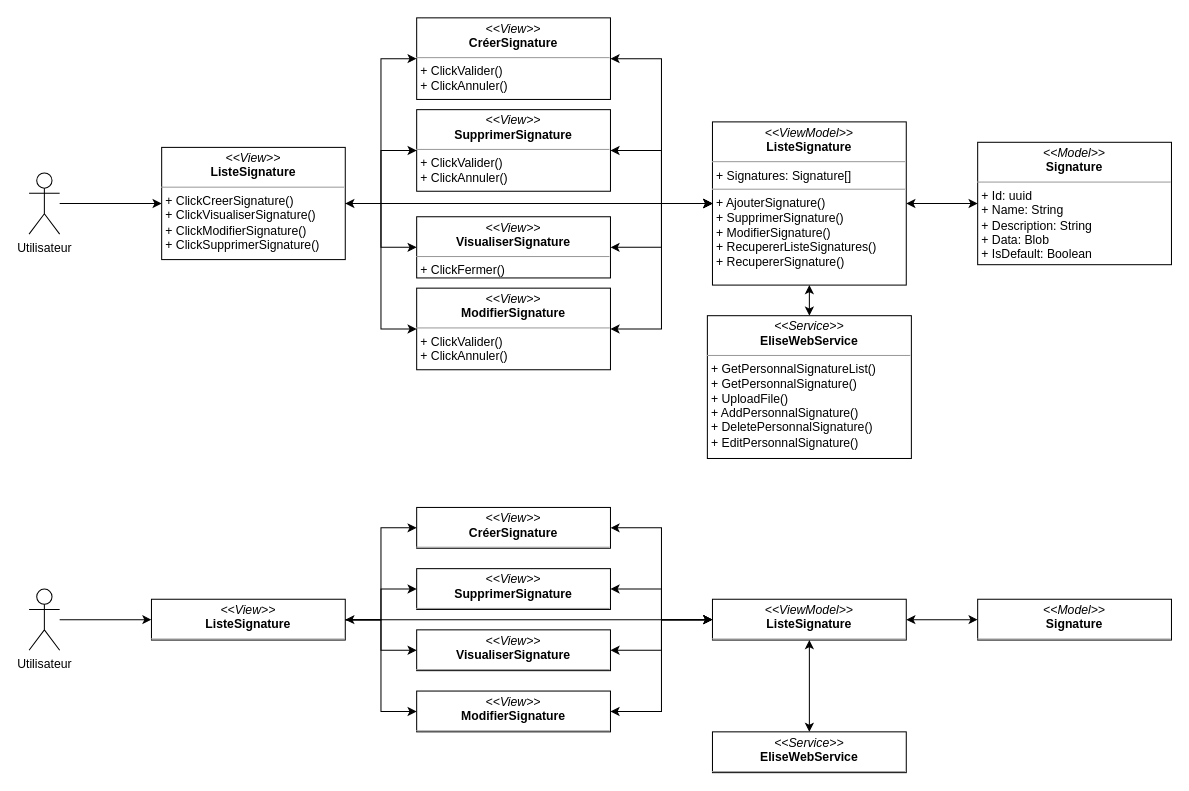
Above: dcpSignatures.drawio in PFE-Neoledge-2023/rapport (draw.io), before the change. Source tidied: cells renumbered, new cells numbered last; positions are measured from the earlier drawing's top-left corner, leaving out a move shared by most shapes. Both pictures are drawn from the tidied source at 102%, with x=0, y=0 at pixel (29, 17).
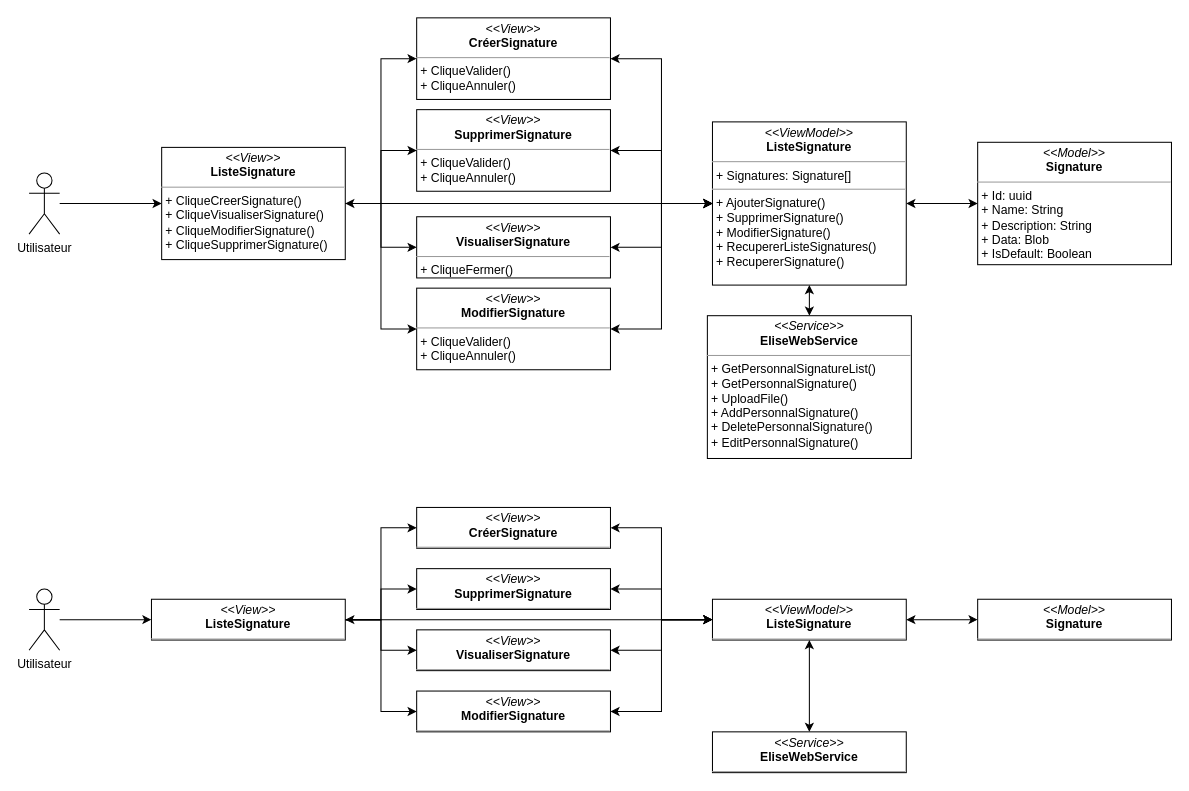
Above is the later version.

What changed in the source:
```diff
@@
-    <mxCell id="9" value="&lt;p style=&quot;margin:0px;margin-top:4px;text-align:center;&quot;&gt;&lt;i&gt;&amp;lt;&amp;lt;View&amp;gt;&amp;gt;&lt;/i&gt;&lt;br&gt;&lt;b&gt;ListeSignature&lt;/b&gt;&lt;/p&gt;&lt;hr style=&quot;border-color: var(--border-color);&quot; size=&quot;1&quot;&gt;&lt;p style=&quot;border-color: var(--border-color); margin: 0px 0px 0px 4px;&quot;&gt;+ ClickCreerSignature()&lt;/p&gt;&lt;p style=&quot;border-color: var(--border-color); margin: 0px 0px 0px 4px;&quot;&gt;+ ClickVisualiserSignature()&lt;/p&gt;&lt;p style=&quot;border-color: var(--border-color); margin: 0px 0px 0px 4px;&quot;&gt;+ ClickModifierSignature()&lt;/p&gt;&lt;p style=&quot;border-color: var(--border-color); margin: 0px 0px 0px 4px;&quot;&gt;+ ClickSupprimerSignature()&lt;/p&gt;" style="verticalAlign=top;align=left;overflow=fill;fontSize=12;fontFamily=Helvetica;html=1;whiteSpace=wrap;" parent="1" vertex="1">
+    <mxCell id="9" value="&lt;p style=&quot;margin:0px;margin-top:4px;text-align:center;&quot;&gt;&lt;i&gt;&amp;lt;&amp;lt;View&amp;gt;&amp;gt;&lt;/i&gt;&lt;br&gt;&lt;b&gt;ListeSignature&lt;/b&gt;&lt;/p&gt;&lt;hr style=&quot;border-color: var(--border-color);&quot; size=&quot;1&quot;&gt;&lt;p style=&quot;border-color: var(--border-color); margin: 0px 0px 0px 4px;&quot;&gt;+ CliqueCreerSignature()&lt;/p&gt;&lt;p style=&quot;border-color: var(--border-color); margin: 0px 0px 0px 4px;&quot;&gt;+ CliqueVisualiserSignature()&lt;/p&gt;&lt;p style=&quot;border-color: var(--border-color); margin: 0px 0px 0px 4px;&quot;&gt;+ CliqueModifierSignature()&lt;/p&gt;&lt;p style=&quot;border-color: var(--border-color); margin: 0px 0px 0px 4px;&quot;&gt;+ CliqueSupprimerSignature()&lt;/p&gt;" style="verticalAlign=top;align=left;overflow=fill;fontSize=12;fontFamily=Helvetica;html=1;whiteSpace=wrap;" parent="1" vertex="1">
       <mxGeometry x="130" y="127" width="180" height="110" as="geometry" />
     </mxCell>
@@
-    <mxCell id="13" value="&lt;p style=&quot;margin:0px;margin-top:4px;text-align:center;&quot;&gt;&lt;i&gt;&amp;lt;&amp;lt;View&amp;gt;&amp;gt;&lt;/i&gt;&lt;br&gt;&lt;b&gt;CréerSignature&lt;/b&gt;&lt;/p&gt;&lt;hr size=&quot;1&quot;&gt;&lt;p style=&quot;margin:0px;margin-left:4px;&quot;&gt;&lt;/p&gt;&lt;p style=&quot;margin:0px;margin-left:4px;&quot;&gt;+ ClickValider()&lt;/p&gt;&lt;p style=&quot;margin:0px;margin-left:4px;&quot;&gt;+ ClickAnnuler()&lt;/p&gt;" style="verticalAlign=top;align=left;overflow=fill;fontSize=12;fontFamily=Helvetica;html=1;whiteSpace=wrap;" parent="1" vertex="1">
+    <mxCell id="13" value="&lt;p style=&quot;margin:0px;margin-top:4px;text-align:center;&quot;&gt;&lt;i&gt;&amp;lt;&amp;lt;View&amp;gt;&amp;gt;&lt;/i&gt;&lt;br&gt;&lt;b&gt;CréerSignature&lt;/b&gt;&lt;/p&gt;&lt;hr size=&quot;1&quot;&gt;&lt;p style=&quot;margin:0px;margin-left:4px;&quot;&gt;&lt;/p&gt;&lt;p style=&quot;margin:0px;margin-left:4px;&quot;&gt;+ CliqueValider()&lt;/p&gt;&lt;p style=&quot;margin:0px;margin-left:4px;&quot;&gt;+ CliqueAnnuler()&lt;/p&gt;" style="verticalAlign=top;align=left;overflow=fill;fontSize=12;fontFamily=Helvetica;html=1;whiteSpace=wrap;" parent="1" vertex="1">
       <mxGeometry x="380" width="190" height="80" as="geometry" />
     </mxCell>
@@
-    <mxCell id="15" value="&lt;p style=&quot;margin:0px;margin-top:4px;text-align:center;&quot;&gt;&lt;i&gt;&amp;lt;&amp;lt;View&amp;gt;&amp;gt;&lt;/i&gt;&lt;br&gt;&lt;b&gt;ModifierSignature&lt;/b&gt;&lt;/p&gt;&lt;hr size=&quot;1&quot;&gt;&lt;p style=&quot;margin:0px;margin-left:4px;&quot;&gt;&lt;/p&gt;&lt;p style=&quot;border-color: var(--border-color); margin: 0px 0px 0px 4px;&quot;&gt;+ ClickValider()&lt;/p&gt;&lt;p style=&quot;border-color: var(--border-color); margin: 0px 0px 0px 4px;&quot;&gt;+ ClickAnnuler()&lt;/p&gt;" style="verticalAlign=top;align=left;overflow=fill;fontSize=12;fontFamily=Helvetica;html=1;whiteSpace=wrap;" parent="1" vertex="1">
+    <mxCell id="15" value="&lt;p style=&quot;margin:0px;margin-top:4px;text-align:center;&quot;&gt;&lt;i&gt;&amp;lt;&amp;lt;View&amp;gt;&amp;gt;&lt;/i&gt;&lt;br&gt;&lt;b&gt;ModifierSignature&lt;/b&gt;&lt;/p&gt;&lt;hr size=&quot;1&quot;&gt;&lt;p style=&quot;margin:0px;margin-left:4px;&quot;&gt;&lt;/p&gt;&lt;p style=&quot;border-color: var(--border-color); margin: 0px 0px 0px 4px;&quot;&gt;+ CliqueValider()&lt;/p&gt;&lt;p style=&quot;border-color: var(--border-color); margin: 0px 0px 0px 4px;&quot;&gt;+ CliqueAnnuler()&lt;/p&gt;" style="verticalAlign=top;align=left;overflow=fill;fontSize=12;fontFamily=Helvetica;html=1;whiteSpace=wrap;" parent="1" vertex="1">
       <mxGeometry x="380" y="265" width="190" height="80" as="geometry" />
     </mxCell>
@@
-    <mxCell id="17" value="&lt;p style=&quot;margin:0px;margin-top:4px;text-align:center;&quot;&gt;&lt;i&gt;&amp;lt;&amp;lt;View&amp;gt;&amp;gt;&lt;/i&gt;&lt;br&gt;&lt;b&gt;SupprimerSignature&lt;/b&gt;&lt;/p&gt;&lt;hr size=&quot;1&quot;&gt;&lt;p style=&quot;margin:0px;margin-left:4px;&quot;&gt;&lt;/p&gt;&lt;p style=&quot;border-color: var(--border-color); margin: 0px 0px 0px 4px;&quot;&gt;+ ClickValider()&lt;/p&gt;&lt;p style=&quot;border-color: var(--border-color); margin: 0px 0px 0px 4px;&quot;&gt;+ ClickAnnuler()&lt;/p&gt;" style="verticalAlign=top;align=left;overflow=fill;fontSize=12;fontFamily=Helvetica;html=1;whiteSpace=wrap;" parent="1" vertex="1">
+    <mxCell id="17" value="&lt;p style=&quot;margin:0px;margin-top:4px;text-align:center;&quot;&gt;&lt;i&gt;&amp;lt;&amp;lt;View&amp;gt;&amp;gt;&lt;/i&gt;&lt;br&gt;&lt;b&gt;SupprimerSignature&lt;/b&gt;&lt;/p&gt;&lt;hr size=&quot;1&quot;&gt;&lt;p style=&quot;margin:0px;margin-left:4px;&quot;&gt;&lt;/p&gt;&lt;p style=&quot;border-color: var(--border-color); margin: 0px 0px 0px 4px;&quot;&gt;+ CliqueValider()&lt;/p&gt;&lt;p style=&quot;border-color: var(--border-color); margin: 0px 0px 0px 4px;&quot;&gt;+ CliqueAnnuler()&lt;/p&gt;" style="verticalAlign=top;align=left;overflow=fill;fontSize=12;fontFamily=Helvetica;html=1;whiteSpace=wrap;" parent="1" vertex="1">
       <mxGeometry x="380" y="90" width="190" height="80" as="geometry" />
     </mxCell>
@@
-    <mxCell id="19" value="&lt;p style=&quot;margin:0px;margin-top:4px;text-align:center;&quot;&gt;&lt;i&gt;&amp;lt;&amp;lt;View&amp;gt;&amp;gt;&lt;/i&gt;&lt;br&gt;&lt;b&gt;VisualiserSignature&lt;/b&gt;&lt;/p&gt;&lt;hr size=&quot;1&quot;&gt;&lt;p style=&quot;margin:0px;margin-left:4px;&quot;&gt;&lt;/p&gt;&lt;p style=&quot;border-color: var(--border-color); margin: 0px 0px 0px 4px;&quot;&gt;+ ClickFermer()&lt;/p&gt;" style="verticalAlign=top;align=left;overflow=fill;fontSize=12;fontFamily=Helvetica;html=1;whiteSpace=wrap;" parent="1" vertex="1">
+    <mxCell id="19" value="&lt;p style=&quot;margin:0px;margin-top:4px;text-align:center;&quot;&gt;&lt;i&gt;&amp;lt;&amp;lt;View&amp;gt;&amp;gt;&lt;/i&gt;&lt;br&gt;&lt;b&gt;VisualiserSignature&lt;/b&gt;&lt;/p&gt;&lt;hr size=&quot;1&quot;&gt;&lt;p style=&quot;margin:0px;margin-left:4px;&quot;&gt;&lt;/p&gt;&lt;p style=&quot;border-color: var(--border-color); margin: 0px 0px 0px 4px;&quot;&gt;+ CliqueFermer()&lt;/p&gt;" style="verticalAlign=top;align=left;overflow=fill;fontSize=12;fontFamily=Helvetica;html=1;whiteSpace=wrap;" parent="1" vertex="1">
       <mxGeometry x="380" y="195" width="190" height="60" as="geometry" />
     </mxCell>
```
